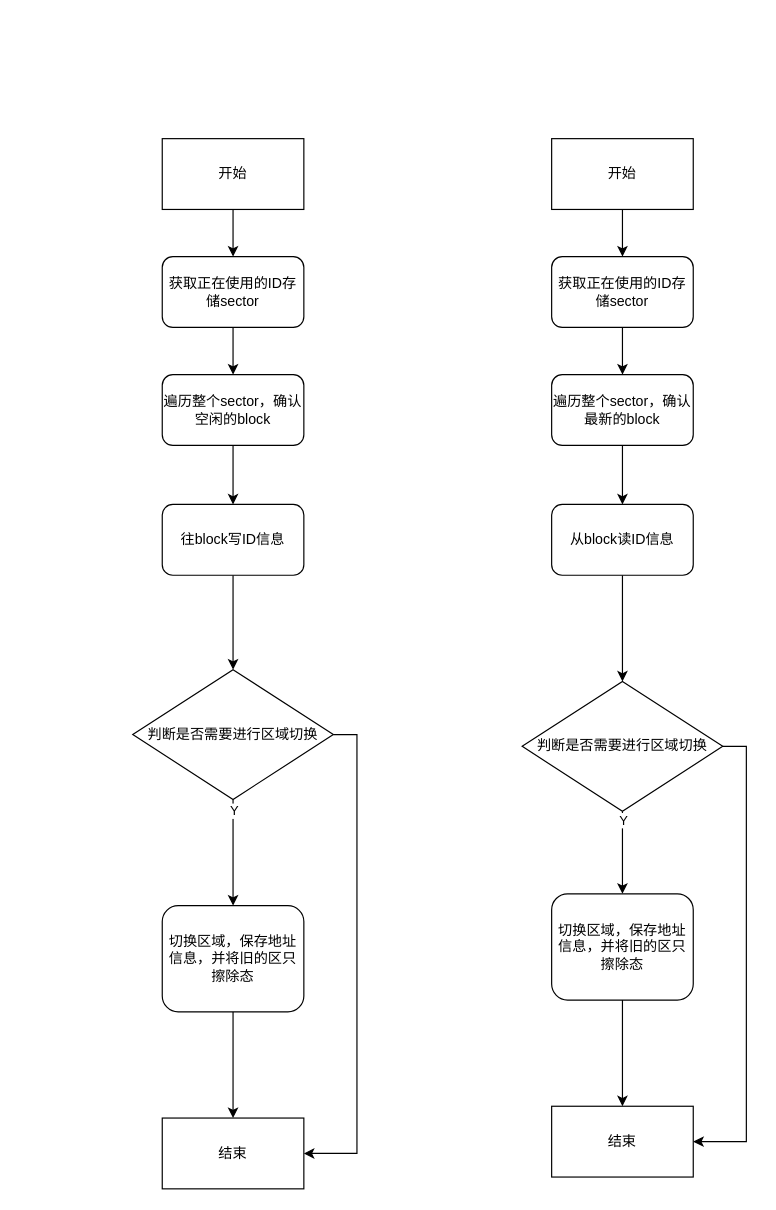
Earlier version of the draw.io diagram page "Page-2" (2 of 2) of P3.drawio (blackfalsehood/mycode). Source tidied: cells renumbered, new cells numbered last; positions are measured from the earlier drawing's top-left corner, leaving out a move shared by most shapes. Both pictures are drawn from the tidied source at 118%, with x=0, y=0 at pixel (132, 138).
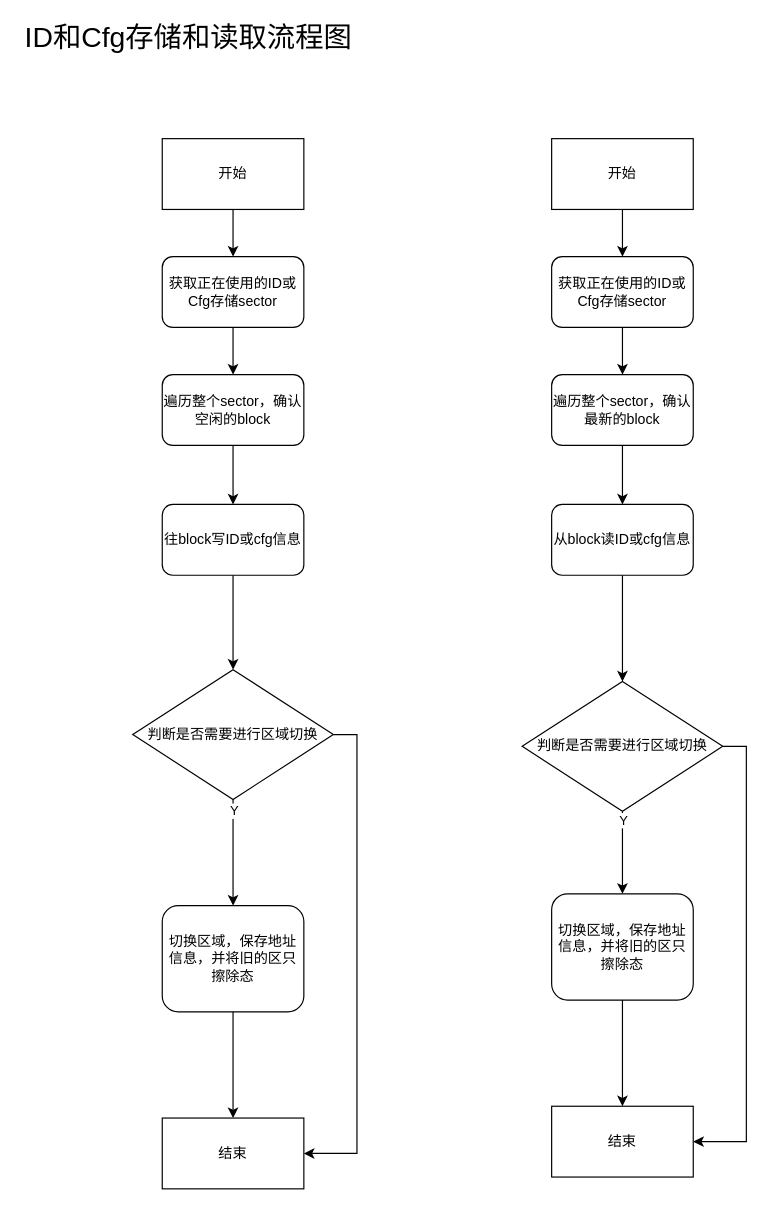
Above is the later version.

Diff of the diagram source:
```diff
@@
-    <mxCell id="5" value="获取正在使用的ID存储sector" style="rounded=1;whiteSpace=wrap;html=1;" parent="1" vertex="1">
+    <mxCell id="5" value="获取正在使用的ID或Cfg存储sector" style="rounded=1;whiteSpace=wrap;html=1;" parent="1" vertex="1">
       <mxGeometry x="25" y="100" width="120" height="60" as="geometry" />
     </mxCell>
@@
-    <mxCell id="9" value="往block写ID信息" style="rounded=1;whiteSpace=wrap;html=1;" parent="1" vertex="1">
+    <mxCell id="9" value="往block写ID或cfg信息" style="rounded=1;whiteSpace=wrap;html=1;" parent="1" vertex="1">
       <mxGeometry x="25" y="310" width="120" height="60" as="geometry" />
     </mxCell>
@@
-    <mxCell id="15" value="获取正在使用的ID存储sector" style="rounded=1;whiteSpace=wrap;html=1;" parent="1" vertex="1">
+    <mxCell id="15" value="获取正在使用的ID或Cfg存储sector" style="rounded=1;whiteSpace=wrap;html=1;" parent="1" vertex="1">
       <mxGeometry x="355" y="100" width="120" height="60" as="geometry" />
     </mxCell>
@@
-    <mxCell id="19" value="从block读ID信息" style="rounded=1;whiteSpace=wrap;html=1;" parent="1" vertex="1">
+    <mxCell id="19" value="从block读ID或cfg信息" style="rounded=1;whiteSpace=wrap;html=1;" parent="1" vertex="1">
       <mxGeometry x="355" y="310" width="120" height="60" as="geometry" />
     </mxCell>
@@
+    <mxCell id="32" value="&lt;font style=&quot;font-size: 24px&quot;&gt;ID和Cfg存储和读取流程图&lt;/font&gt;" style="text;html=1;strokeColor=none;fillColor=none;align=center;verticalAlign=middle;whiteSpace=wrap;rounded=0;" parent="1" vertex="1">
+      <mxGeometry x="-95" y="-100" width="285" height="30" as="geometry" />
+    </mxCell>
```
